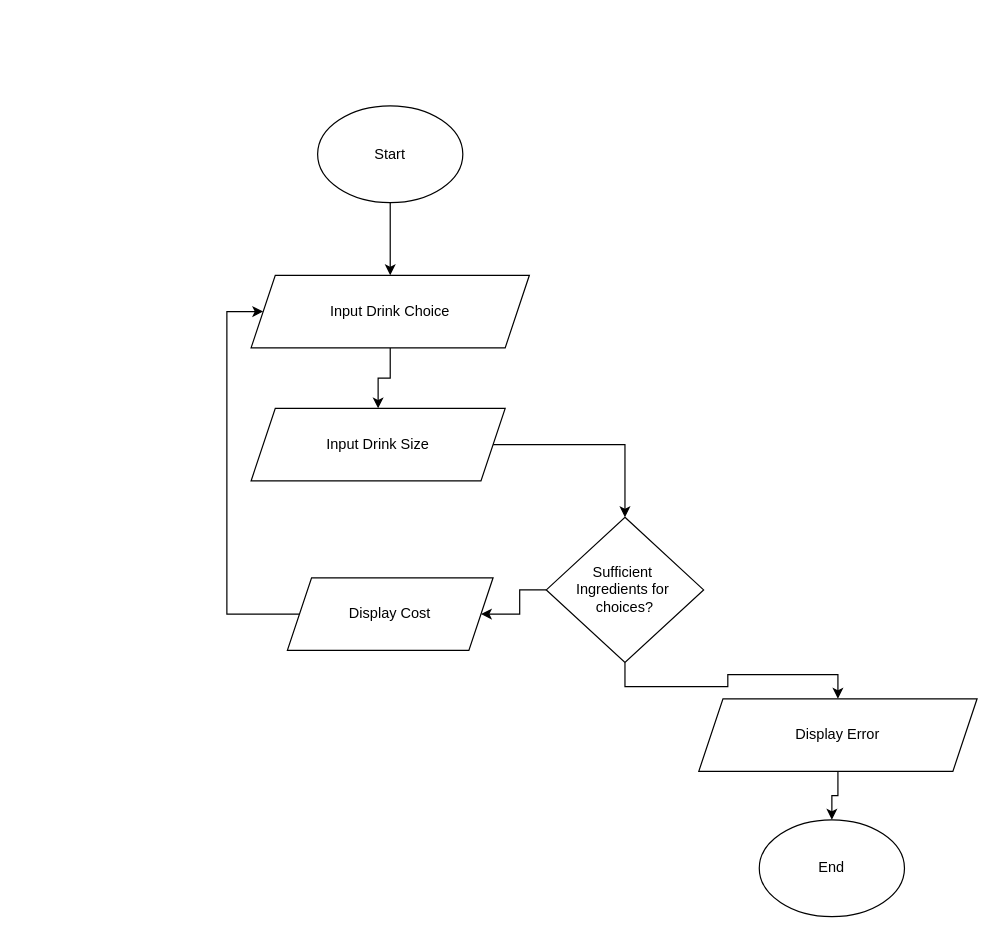
The draw.io diagram ProgrammingPrincipals/Assessments/Assessment 2.drawio in mrteathyme/Bachelor-Of-Computer-Science, before the edit. Source tidied: cells renumbered, new cells numbered last; positions are measured from the earlier drawing's top-left corner, leaving out a move shared by most shapes. Both pictures are drawn from the tidied source at 121%, with x=0, y=0 at pixel (226, 105).
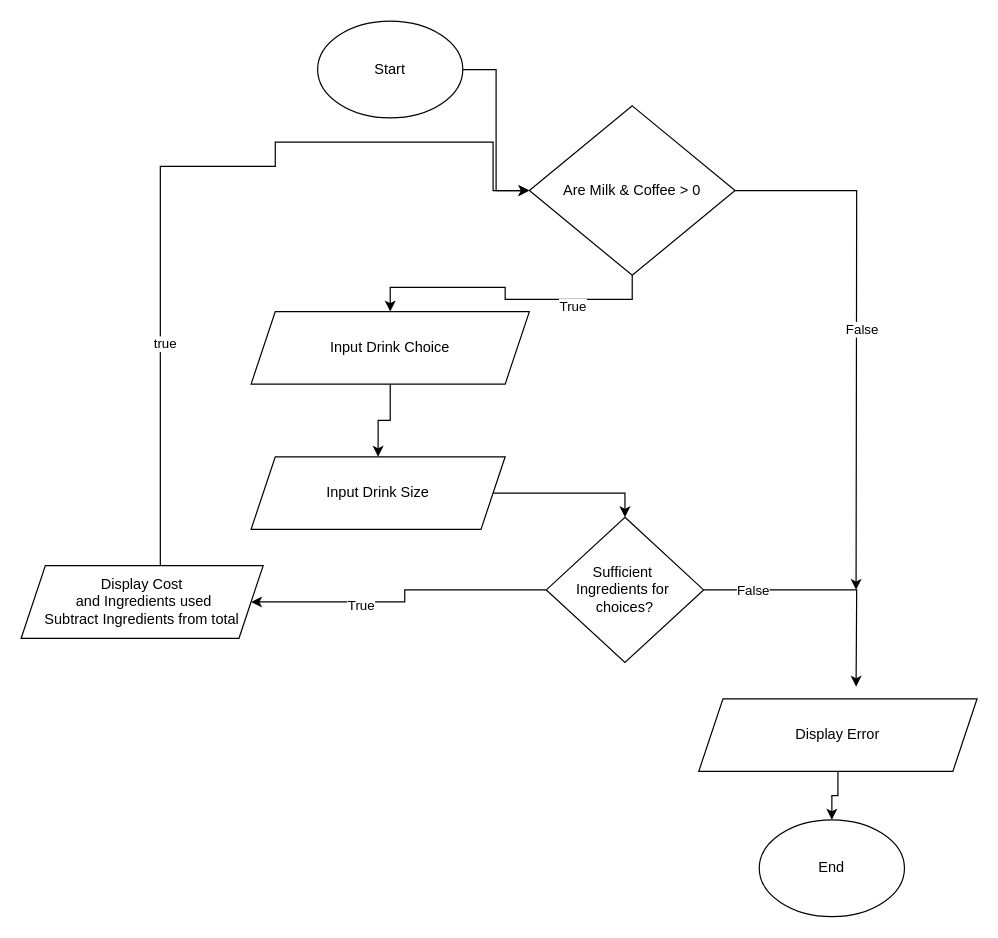
Above is the later version.

Unchanged cells that the change refers to:
```xml
<mxCell id="10" value="&lt;div&gt;Sufficient&amp;nbsp;&lt;/div&gt;&lt;div&gt;Ingredients for&amp;nbsp;&lt;/div&gt;&lt;div&gt;choices?&lt;/div&gt;" style="rhombus;whiteSpace=wrap;html=1;" parent="1" vertex="1">
  <mxGeometry x="264" y="340" width="130" height="120" as="geometry" />
</mxCell>
<mxCell id="12" value="Display Error" style="shape=parallelogram;perimeter=parallelogramPerimeter;whiteSpace=wrap;html=1;fixedSize=1;" parent="1" vertex="1">
  <mxGeometry x="390" y="490" width="230" height="60" as="geometry" />
</mxCell>
```

Diff of the diagram source:
```diff
@@
+    <mxCell id="16" style="edgeStyle=orthogonalEdgeStyle;rounded=0;jettySize=auto;html=1;" parent="1" edge="1" source="2" target="26">
+      <mxGeometry relative="1" as="geometry" />
+    </mxCell>
     <mxCell id="2" value="&lt;div&gt;Start&lt;/div&gt;" style="ellipse;whiteSpace=wrap;html=1;" parent="1" vertex="1">
-      <mxGeometry x="75" width="120" height="80" as="geometry" />
+      <mxGeometry x="75" y="-70" width="120" height="80" as="geometry" />
     </mxCell>
@@
     <mxCell id="4" value="&lt;div&gt;Input Drink Choice&lt;/div&gt;" style="shape=parallelogram;perimeter=parallelogramPerimeter;whiteSpace=wrap;html=1;fixedSize=1;" parent="1" vertex="1">
-      <mxGeometry x="20" y="140" width="230" height="60" as="geometry" />
+      <mxGeometry x="20" y="170" width="230" height="60" as="geometry" />
     </mxCell>
-    <mxCell id="5" style="endArrow=classic;html=1;rounded=0;exitX=0.5;exitY=1;exitDx=0;exitDy=0;" parent="1" edge="1" source="2" target="4">
-      <mxGeometry relative="1" as="geometry" />
-    </mxCell>
-    <mxCell id="6" style="edgeStyle=orthogonalEdgeStyle;rounded=0;jettySize=auto;html=1;" parent="1" edge="1" source="7" target="10">
+    <mxCell id="6" style="edgeStyle=orthogonalEdgeStyle;rounded=0;jettySize=auto;html=1;entryX=0.5;entryY=0;entryDx=0;entryDy=0;" parent="1" edge="1" source="7" target="10">
       <mxGeometry relative="1" as="geometry" />
     </mxCell>
     <mxCell id="7" value="&lt;div&gt;Input Drink Size&lt;/div&gt;" style="shape=parallelogram;perimeter=parallelogramPerimeter;whiteSpace=wrap;html=1;fixedSize=1;" parent="1" vertex="1">
-      <mxGeometry x="20" y="250" width="210" height="60" as="geometry" />
+      <mxGeometry x="20" y="290" width="210" height="60" as="geometry" />
     </mxCell>
-    <mxCell id="8" style="edgeStyle=orthogonalEdgeStyle;rounded=0;jettySize=auto;html=1;" parent="1" edge="1" source="10" target="12">
-      <mxGeometry relative="1" as="geometry" />
-    </mxCell>
+    <mxCell id="17" style="edgeStyle=orthogonalEdgeStyle;rounded=0;jettySize=auto;html=1;" parent="1" edge="1" source="10">
+      <mxGeometry relative="1" as="geometry">
+        <mxPoint x="520" y="480" as="targetPoint" />
+      </mxGeometry>
+    </mxCell>
+    <mxCell id="18" value="&lt;div&gt;False&lt;/div&gt;" style="edgeLabel;html=1;align=center;verticalAlign=middle;" parent="17" vertex="1">
+      <mxGeometry x="-0.61" relative="1" as="geometry" />
+    </mxCell>
-    <mxCell id="9" style="edgeStyle=orthogonalEdgeStyle;rounded=0;jettySize=auto;html=1;" parent="1" edge="1" source="10" target="14">
+    <mxCell id="9" style="edgeStyle=orthogonalEdgeStyle;rounded=0;jettySize=auto;html=1;entryX=1;entryY=0.5;entryDx=0;entryDy=0;" parent="1" edge="1" source="10" target="14">
       <mxGeometry relative="1" as="geometry" />
     </mxCell>
+    <mxCell id="19" value="True" style="edgeLabel;html=1;align=center;verticalAlign=middle;" parent="9" vertex="1">
+      <mxGeometry x="0.29" y="2" relative="1" as="geometry" />
+    </mxCell>
@@
-    <mxCell id="13" style="edgeStyle=orthogonalEdgeStyle;rounded=0;jettySize=auto;html=1;" parent="1" edge="1" source="14" target="4">
-      <mxGeometry relative="1" as="geometry">
-        <Array as="points">
-          <mxPoint y="420" />
-          <mxPoint y="170" />
-        </Array>
-      </mxGeometry>
-    </mxCell>
+    <mxCell id="20" style="edgeStyle=orthogonalEdgeStyle;rounded=0;jettySize=auto;html=1;" parent="1" edge="1" source="14" target="26">
+      <mxGeometry relative="1" as="geometry">
+        <Array as="points">
+          <mxPoint x="-55" y="50" />
+          <mxPoint x="40" y="50" />
+          <mxPoint x="40" y="30" />
+          <mxPoint x="220" y="30" />
+          <mxPoint x="220" y="70" />
+        </Array>
+      </mxGeometry>
+    </mxCell>
+    <mxCell id="21" value="&lt;div&gt;true&lt;/div&gt;" style="edgeLabel;html=1;align=center;verticalAlign=middle;" parent="20" vertex="1">
+      <mxGeometry x="-0.47" y="-3" relative="1" as="geometry" />
+    </mxCell>
-    <mxCell id="14" value="&lt;div&gt;Display Cost&lt;/div&gt;" style="shape=parallelogram;perimeter=parallelogramPerimeter;whiteSpace=wrap;html=1;fixedSize=1;" parent="1" vertex="1">
-      <mxGeometry x="50" y="390" width="170" height="60" as="geometry" />
+    <mxCell id="14" value="&lt;div&gt;Display Cost&lt;/div&gt;&lt;div&gt;&amp;nbsp;and Ingredients used&lt;/div&gt;&lt;div&gt;Subtract Ingredients from total&lt;/div&gt;" style="shape=parallelogram;perimeter=parallelogramPerimeter;whiteSpace=wrap;html=1;fixedSize=1;" parent="1" vertex="1">
+      <mxGeometry x="-170" y="380" width="200" height="60" as="geometry" />
     </mxCell>
@@
+    <mxCell id="22" style="edgeStyle=orthogonalEdgeStyle;rounded=0;jettySize=auto;html=1;" parent="1" edge="1" source="26" target="4">
+      <mxGeometry relative="1" as="geometry" />
+    </mxCell>
+    <mxCell id="23" value="&lt;div&gt;True&lt;/div&gt;" style="edgeLabel;html=1;align=center;verticalAlign=middle;" parent="22" vertex="1">
+      <mxGeometry x="-0.44" y="5" relative="1" as="geometry" />
+    </mxCell>
+    <mxCell id="24" style="edgeStyle=orthogonalEdgeStyle;rounded=0;jettySize=auto;html=1;" parent="1" edge="1" source="26">
+      <mxGeometry relative="1" as="geometry">
+        <mxPoint x="520" y="400" as="targetPoint" />
+      </mxGeometry>
+    </mxCell>
+    <mxCell id="25" value="&lt;div&gt;False&lt;/div&gt;" style="edgeLabel;html=1;align=center;verticalAlign=middle;" parent="24" vertex="1">
+      <mxGeometry y="4" relative="1" as="geometry" />
+    </mxCell>
+    <mxCell id="26" value="Are Milk &amp;amp; Coffee &amp;gt; 0" style="rhombus;whiteSpace=wrap;html=1;" parent="1" vertex="1">
+      <mxGeometry x="250" width="170" height="140" as="geometry" />
+    </mxCell>
```
